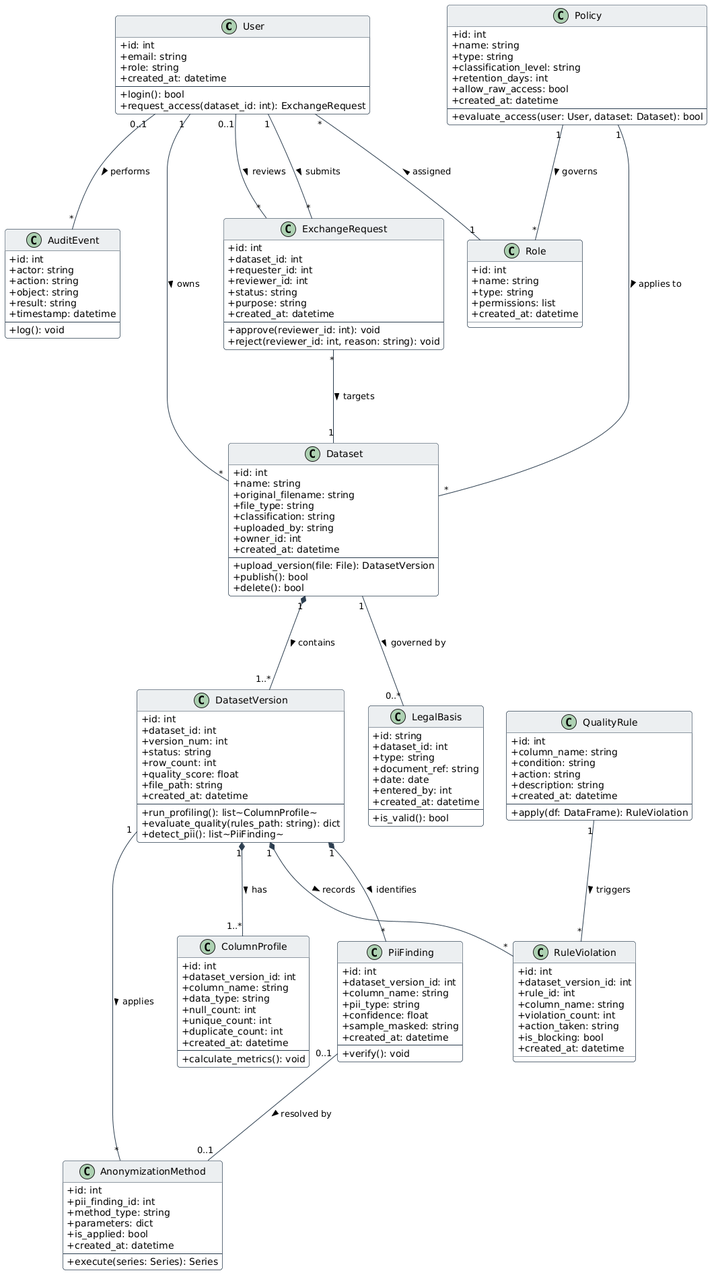
The PlantUML diagram docs/architecture/class-diagram.png in olesJS/data_clean_room, before a commit. Its diagram source:
```plantuml
@startuml
skinparam classAttributeIconSize 0
skinparam monochrome false
skinparam roundcorner 8
skinparam shadowing false
skinparam defaultFontName "Segoe UI", Arial, sans-serif

skinparam class {
    BackgroundColor #FFFFFF
    BorderColor #2C3E50
    ArrowColor #2C3E50
    HeaderBackgroundColor #ECEFF1
}


class User {
    + id: int
    + email: string
    + role: string
    + created_at: datetime
    --
    + login(): bool
    + request_access(dataset_id: int): ExchangeRequest
}

class Role {
    + id: int
    + name: string
    + type: string
    + permissions: list
    + created_at: datetime
}

class Policy {
    + id: int
    + name: string
    + type: string
    + classification_level: string
    + retention_days: int
    + allow_raw_access: bool
    + created_at: datetime
    --
    + evaluate_access(user: User, dataset: Dataset): bool
}

class Dataset {
    + id: int
    + name: string
    + original_filename: string
    + file_type: string
    + classification: string
    + uploaded_by: string
    + owner_id: int
    + created_at: datetime
    --
    + upload_version(file: File): DatasetVersion
    + publish(): bool
    + delete(): bool
}

class DatasetVersion {
    + id: int
    + dataset_id: int
    + version_num: int
    + status: string
    + row_count: int
    + quality_score: float
    + file_path: string
    + created_at: datetime
    --
    + run_profiling(): list~ColumnProfile~
    + evaluate_quality(rules_path: string): dict
    + detect_pii(): list~PiiFinding~
}

class ColumnProfile {
    + id: int
    + dataset_version_id: int
    + column_name: string
    + data_type: string
    + null_count: int
    + unique_count: int
    + duplicate_count: int
    + created_at: datetime
    --
    + calculate_metrics(): void
}

class QualityRule {
    + id: int
    + column_name: string
    + condition: string
    + action: string
    + description: string
    + created_at: datetime
    --
    + apply(df: DataFrame): RuleViolation
}

class RuleViolation {
    + id: int
    + dataset_version_id: int
    + rule_id: int
    + column_name: string
    + violation_count: int
    + action_taken: string
    + is_blocking: bool
    + created_at: datetime
}

class PiiFinding {
    + id: int
    + dataset_version_id: int
    + column_name: string
    + pii_type: string
    + confidence: float
    + sample_masked: string
    + created_at: datetime
    --
    + verify(): void
}

class AnonymizationMethod {
    + id: int
    + pii_finding_id: int
    + method_type: string
    + parameters: dict
    + is_applied: bool
    + created_at: datetime
    --
    + execute(series: Series): Series
}

class LegalBasis {
    + id: string
    + dataset_id: int
    + type: string
    + document_ref: string
    + date: date
    + entered_by: int
    + created_at: datetime
    --
    + is_valid(): bool
}

class ExchangeRequest {
    + id: int
    + dataset_id: int
    + requester_id: int
    + reviewer_id: int
    + status: string
    + purpose: string
    + created_at: datetime
    --
    + approve(reviewer_id: int): void
    + reject(reviewer_id: int, reason: string): void
}

class AuditEvent {
    + id: int
    + actor: string
    + action: string
    + object: string
    + result: string
    + timestamp: datetime
    --
    + log(): void
}


User "*" --- "1" Role : assigned <
Policy "1" --- "*" Role : governs >
Policy "1" --- "*" Dataset : applies to >

User "1" --- "*" Dataset : owns >
Dataset "1" *--- "1..*" DatasetVersion : contains >
Dataset "1" --- "0..*" LegalBasis : governed by >
ExchangeRequest "*" --- "1" Dataset : targets >

User "1" --- "*" ExchangeRequest : submits >
User "0..1" --- "*" ExchangeRequest : reviews >
User "0..1" --- "*" AuditEvent : performs >

DatasetVersion "1" *--- "1..*" ColumnProfile : has >
DatasetVersion "1" *--- "*" PiiFinding : identifies >
DatasetVersion "1" *--- "*" RuleViolation : records >
DatasetVersion "1" --- "*" AnonymizationMethod : applies >

QualityRule "1" --- "*" RuleViolation : triggers >
PiiFinding "0..1" --- "0..1" AnonymizationMethod : resolved by >

@enduml
```
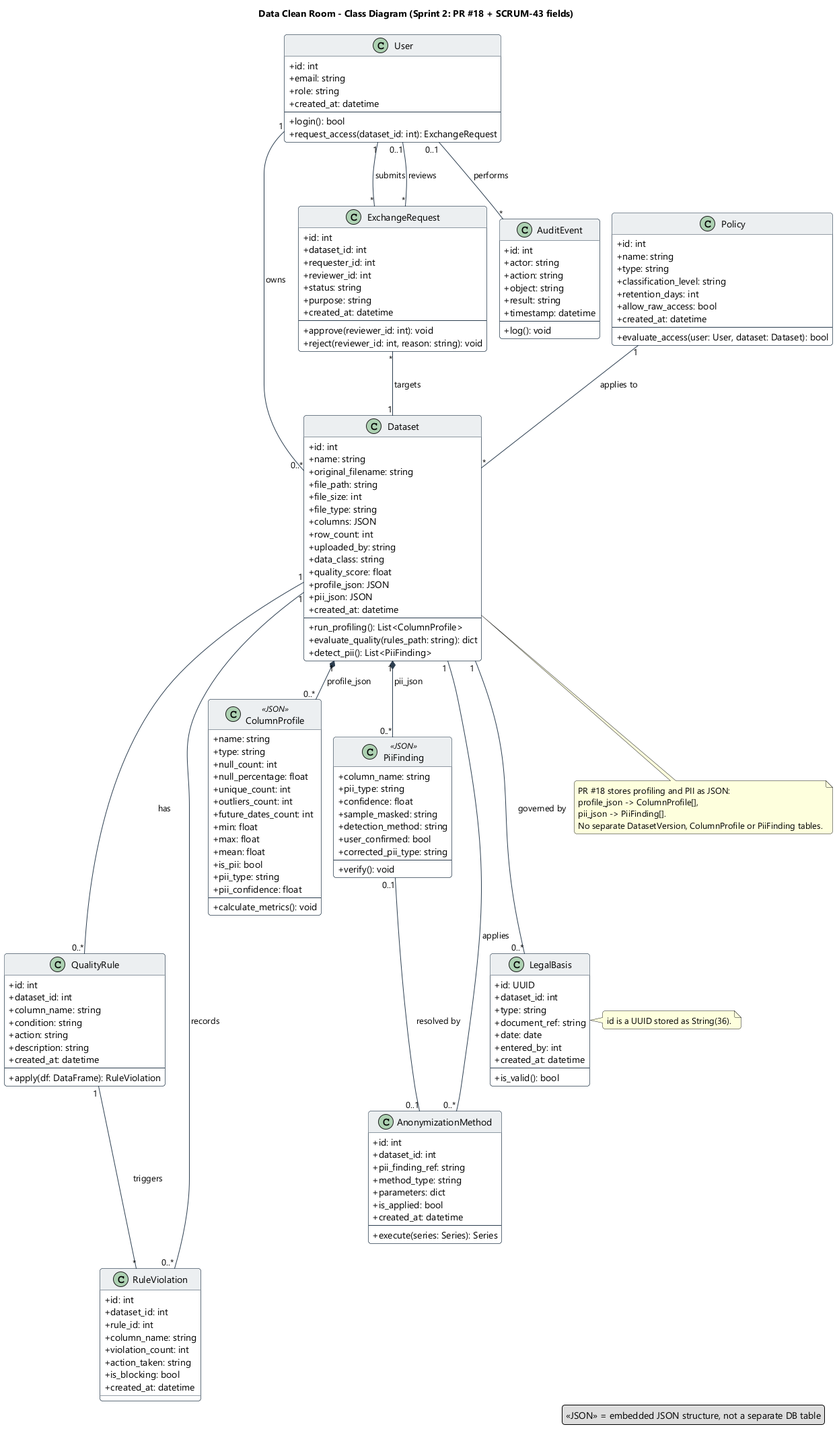
Later version of the same file.

Commit message:
docs(architecture): align class diagram with sprint-2 schema

What changed in the source:
```diff
@@ -1,4 +1,5 @@
 @startuml
+!pragma layout smetana
 skinparam classAttributeIconSize 0
 skinparam monochrome false
 skinparam roundcorner 8
@@ -12,6 +13,8 @@
     HeaderBackgroundColor #ECEFF1
 }
 
+title Data Clean Room - Class Diagram (Sprint 2: PR #18 + SCRUM-43 fields)
+
 
 class User {
     + id: int
@@ -21,14 +24,6 @@
     --
     + login(): bool
     + request_access(dataset_id: int): ExchangeRequest
-}
-
-class Role {
-    + id: int
-    + name: string
-    + type: string
-    + permissions: list
-    + created_at: datetime
 }
 
 class Policy {
@@ -47,47 +42,26 @@
     + id: int
     + name: string
     + original_filename: string
+    + file_path: string
+    + file_size: int
     + file_type: string
-    + classification: string
+    + columns: JSON
+    + row_count: int
     + uploaded_by: string
-    + owner_id: int
+    + data_class: string
+    + quality_score: float
+    + profile_json: JSON
+    + pii_json: JSON
     + created_at: datetime
     --
-    + upload_version(file: File): DatasetVersion
-    + publish(): bool
-    + delete(): bool
-}
-
-class DatasetVersion {
-    + id: int
-    + dataset_id: int
-    + version_num: int
-    + status: string
-    + row_count: int
-    + quality_score: float
-    + file_path: string
-    + created_at: datetime
-    --
-    + run_profiling(): list~ColumnProfile~
+    + run_profiling(): List<ColumnProfile>
     + evaluate_quality(rules_path: string): dict
-    + detect_pii(): list~PiiFinding~
-}
-
-class ColumnProfile {
-    + id: int
-    + dataset_version_id: int
-    + column_name: string
-    + data_type: string
-    + null_count: int
-    + unique_count: int
-    + duplicate_count: int
-    + created_at: datetime
-    --
-    + calculate_metrics(): void
+    + detect_pii(): List<PiiFinding>
 }
 
 class QualityRule {
     + id: int
+    + dataset_id: int
     + column_name: string
     + condition: string
     + action: string
@@ -99,7 +73,7 @@
 
 class RuleViolation {
     + id: int
-    + dataset_version_id: int
+    + dataset_id: int
     + rule_id: int
     + column_name: string
     + violation_count: int
@@ -108,21 +82,40 @@
     + created_at: datetime
 }
 
-class PiiFinding {
-    + id: int
-    + dataset_version_id: int
+class ColumnProfile <<JSON>> {
+    + name: string
+    + type: string
+    + null_count: int
+    + null_percentage: float
+    + unique_count: int
+    + outliers_count: int
+    + future_dates_count: int
+    + min: float
+    + max: float
+    + mean: float
+    + is_pii: bool
+    + pii_type: string
+    + pii_confidence: float
+    --
+    + calculate_metrics(): void
+}
+
+class PiiFinding <<JSON>> {
     + column_name: string
     + pii_type: string
     + confidence: float
     + sample_masked: string
-    + created_at: datetime
+    + detection_method: string
+    + user_confirmed: bool
+    + corrected_pii_type: string
     --
     + verify(): void
 }
 
 class AnonymizationMethod {
     + id: int
-    + pii_finding_id: int
+    + dataset_id: int
+    + pii_finding_ref: string
     + method_type: string
     + parameters: dict
     + is_applied: bool
@@ -132,7 +125,7 @@
 }
 
 class LegalBasis {
-    + id: string
+    + id: UUID
     + dataset_id: int
     + type: string
     + document_ref: string
@@ -168,25 +161,37 @@
 }
 
 
-User "*" --- "1" Role : assigned <
-Policy "1" --- "*" Role : governs >
+User "1" --- "0..*" Dataset : owns >
 Policy "1" --- "*" Dataset : applies to >
 
-User "1" --- "*" Dataset : owns >
-Dataset "1" *--- "1..*" DatasetVersion : contains >
 Dataset "1" --- "0..*" LegalBasis : governed by >
+Dataset "1" --- "0..*" QualityRule : has >
+Dataset "1" --- "0..*" RuleViolation : records >
+Dataset "1" --- "0..*" AnonymizationMethod : applies >
+Dataset "1" *-- "0..*" ColumnProfile : profile_json >
+Dataset "1" *-- "0..*" PiiFinding : pii_json >
+
 ExchangeRequest "*" --- "1" Dataset : targets >
-
 User "1" --- "*" ExchangeRequest : submits >
 User "0..1" --- "*" ExchangeRequest : reviews >
 User "0..1" --- "*" AuditEvent : performs >
 
-DatasetVersion "1" *--- "1..*" ColumnProfile : has >
-DatasetVersion "1" *--- "*" PiiFinding : identifies >
-DatasetVersion "1" *--- "*" RuleViolation : records >
-DatasetVersion "1" --- "*" AnonymizationMethod : applies >
-
 QualityRule "1" --- "*" RuleViolation : triggers >
 PiiFinding "0..1" --- "0..1" AnonymizationMethod : resolved by >
 
+note bottom of Dataset
+  PR #18 stores profiling and PII as JSON:
+  profile_json -> ColumnProfile[],
+  pii_json -> PiiFinding[].
+  No separate DatasetVersion, ColumnProfile or PiiFinding tables.
+end note
+
+note right of LegalBasis
+  id is a UUID stored as String(36).
+end note
+
+legend right
+  <<JSON>> = embedded JSON structure, not a separate DB table
+endlegend
+
 @enduml
```
